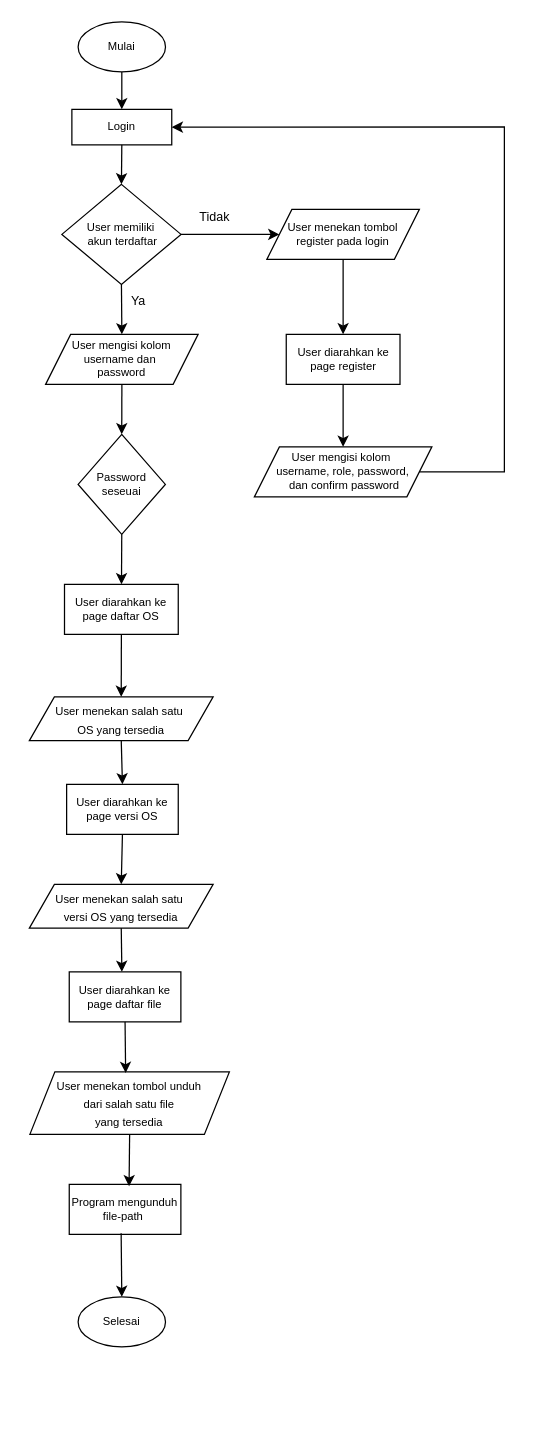
24oceann/Repository-OS keeps this draw.io diagram as Untitled Diagram.drawio. Above is the earlier version. Source tidied: cells renumbered, new cells numbered last; positions are measured from the earlier drawing's top-left corner, leaving out a move shared by most shapes. Both pictures are drawn from the tidied source at 125%, with x=0, y=0 at pixel (29, 21).
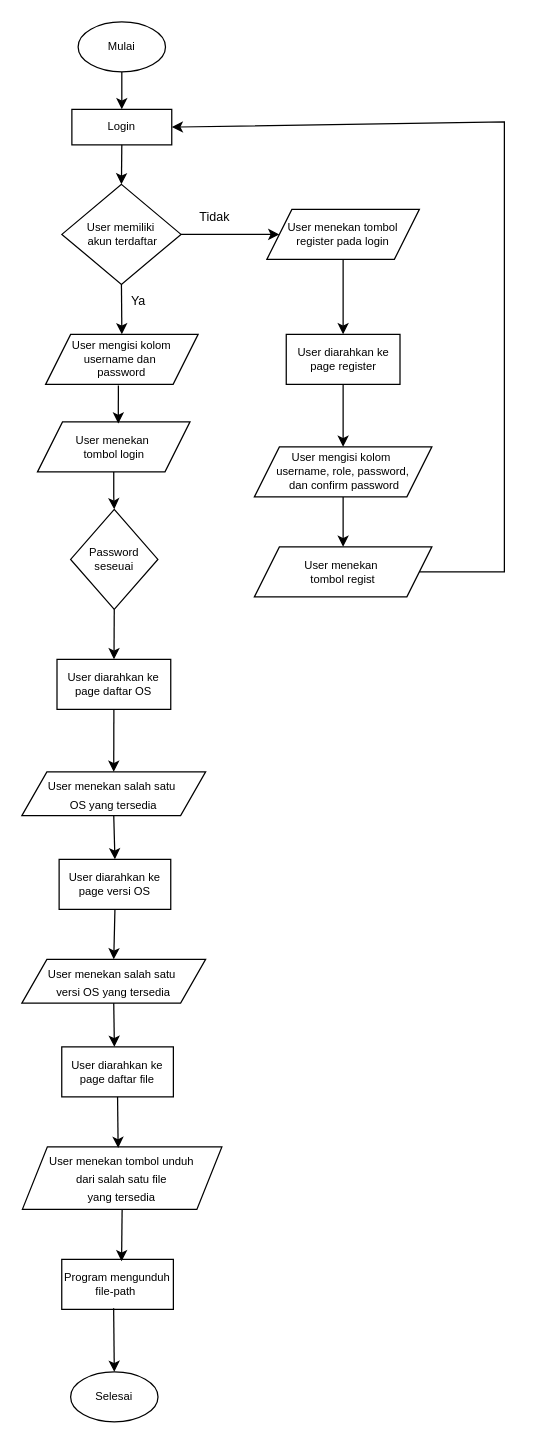
After the change.

Unchanged cells that the change refers to:
```xml
<mxCell id="3" value="Login" style="rounded=0;whiteSpace=wrap;html=1;fontSize=9;" parent="1" vertex="1">
  <mxGeometry x="34" y="70" width="79.9" height="28.4" as="geometry" />
</mxCell>
<mxCell id="5" value="User mengisi kolom username dan&amp;nbsp;&lt;div&gt;password&lt;/div&gt;" style="shape=parallelogram;perimeter=parallelogramPerimeter;whiteSpace=wrap;html=1;fixedSize=1;fontSize=9;" parent="1" vertex="1">
  <mxGeometry x="13" y="250" width="122" height="40" as="geometry" />
</mxCell>
<mxCell id="30" value="User mengisi kolom&amp;nbsp;&lt;div&gt;username, role, password,&lt;/div&gt;&lt;div&gt;&amp;nbsp;dan confirm password&lt;/div&gt;" style="shape=parallelogram;perimeter=parallelogramPerimeter;whiteSpace=wrap;html=1;fixedSize=1;fontSize=9;" parent="1" vertex="1">
  <mxGeometry x="180" y="340" width="142" height="40" as="geometry" />
</mxCell>
```

Diff of the diagram source:
```diff
@@
     <mxCell id="6" value="Password seseuai" style="rhombus;whiteSpace=wrap;html=1;fontSize=9;" parent="1" vertex="1">
-      <mxGeometry x="39" y="330" width="69.8" height="80" as="geometry" />
+      <mxGeometry x="33" y="390" width="69.8" height="80" as="geometry" />
     </mxCell>
     <mxCell id="7" value="User diarahkan ke page daftar OS" style="rounded=0;whiteSpace=wrap;html=1;fontSize=9;" parent="1" vertex="1">
-      <mxGeometry x="28.1" y="450" width="91" height="40" as="geometry" />
+      <mxGeometry x="22.1" y="510" width="91" height="40" as="geometry" />
     </mxCell>
     <mxCell id="8" value="User diarahkan ke page versi OS" style="rounded=0;whiteSpace=wrap;html=1;fontSize=9;" parent="1" vertex="1">
-      <mxGeometry x="29.8" y="610" width="89.3" height="40" as="geometry" />
+      <mxGeometry x="23.8" y="670" width="89.3" height="40" as="geometry" />
     </mxCell>
     <mxCell id="9" value="&lt;span style=&quot;font-size: 9px;&quot;&gt;User menekan salah satu&amp;nbsp;&lt;/span&gt;&lt;div&gt;&lt;span style=&quot;font-size: 9px;&quot;&gt;OS yang tersedia&lt;/span&gt;&lt;/div&gt;" style="shape=parallelogram;perimeter=parallelogramPerimeter;whiteSpace=wrap;html=1;fixedSize=1;" parent="1" vertex="1">
-      <mxGeometry y="540" width="147" height="35" as="geometry" />
+      <mxGeometry x="-6" y="600" width="147" height="35" as="geometry" />
     </mxCell>
     <mxCell id="10" value="&lt;span style=&quot;font-size: 9px;&quot;&gt;User menekan salah satu&amp;nbsp;&lt;/span&gt;&lt;div&gt;&lt;span style=&quot;font-size: 9px;&quot;&gt;versi OS yang tersedia&lt;/span&gt;&lt;/div&gt;" style="shape=parallelogram;perimeter=parallelogramPerimeter;whiteSpace=wrap;html=1;fixedSize=1;" parent="1" vertex="1">
-      <mxGeometry y="690" width="147" height="35" as="geometry" />
+      <mxGeometry x="-6" y="750" width="147" height="35" as="geometry" />
     </mxCell>
     <mxCell id="11" value="User diarahkan ke page daftar file" style="rounded=0;whiteSpace=wrap;html=1;fontSize=9;" parent="1" vertex="1">
-      <mxGeometry x="31.9" y="760" width="89.3" height="40" as="geometry" />
+      <mxGeometry x="25.9" y="820" width="89.3" height="40" as="geometry" />
     </mxCell>
     <mxCell id="12" value="&lt;span style=&quot;font-size: 9px;&quot;&gt;User menekan tombol unduh&lt;/span&gt;&lt;div&gt;&lt;span style=&quot;font-size: 9px;&quot;&gt;&amp;nbsp;dari salah satu file&amp;nbsp;&lt;/span&gt;&lt;/div&gt;&lt;div&gt;&lt;span style=&quot;font-size: 9px;&quot;&gt;yang tersedia&lt;/span&gt;&lt;/div&gt;" style="shape=parallelogram;perimeter=parallelogramPerimeter;whiteSpace=wrap;html=1;fixedSize=1;" parent="1" vertex="1">
-      <mxGeometry x="0.4" y="840" width="159.6" height="50" as="geometry" />
+      <mxGeometry x="-5.6" y="900" width="159.6" height="50" as="geometry" />
     </mxCell>
     <mxCell id="13" value="Program mengunduh file-path&amp;nbsp;" style="rounded=0;whiteSpace=wrap;html=1;fontSize=9;" parent="1" vertex="1">
-      <mxGeometry x="31.9" y="930" width="89.3" height="40" as="geometry" />
+      <mxGeometry x="25.9" y="990" width="89.3" height="40" as="geometry" />
     </mxCell>
     <mxCell id="14" value="Selesai" style="ellipse;whiteSpace=wrap;html=1;fontSize=9;" parent="1" vertex="1">
-      <mxGeometry x="39" y="1020" width="69.9" height="40" as="geometry" />
+      <mxGeometry x="33" y="1080" width="69.9" height="40" as="geometry" />
     </mxCell>
@@
-    <mxCell id="16" style="endArrow=classic;html=1;rounded=0;exitX=0.5;exitY=1;exitDx=0;exitDy=0;entryX=0.5;entryY=0;entryDx=0;entryDy=0;" parent="1" edge="1" source="5" target="6">
-      <mxGeometry relative="1" as="geometry" />
-    </mxCell>
@@
     <mxCell id="23" style="endArrow=classic;html=1;rounded=0;exitX=0.5;exitY=1;exitDx=0;exitDy=0;" parent="1" edge="1" source="10">
       <mxGeometry relative="1" as="geometry">
-        <mxPoint x="74" y="760" as="targetPoint" />
+        <mxPoint x="68" y="820" as="targetPoint" />
       </mxGeometry>
     </mxCell>
@@
+    <mxCell id="36" style="edgeStyle=orthogonalEdgeStyle;rounded=0;jettySize=auto;html=1;" parent="1" edge="1" source="30" target="37">
+      <mxGeometry relative="1" as="geometry" />
+    </mxCell>
@@
-    <mxCell id="33" style="endArrow=classic;html=1;rounded=0;exitX=1;exitY=0.5;exitDx=0;exitDy=0;entryX=1;entryY=0.5;entryDx=0;entryDy=0;" parent="1" edge="1" source="30" target="3">
-      <mxGeometry relative="1" as="geometry">
-        <Array as="points">
-          <mxPoint x="380" y="360" />
-          <mxPoint x="380" y="84" />
-        </Array>
-      </mxGeometry>
-    </mxCell>
@@
+    <mxCell id="37" value="User menekan&amp;nbsp;&lt;div&gt;tombol regist&lt;/div&gt;" style="shape=parallelogram;perimeter=parallelogramPerimeter;whiteSpace=wrap;html=1;fixedSize=1;fontSize=9;" parent="1" vertex="1">
+      <mxGeometry x="180" y="420" width="142" height="40" as="geometry" />
+    </mxCell>
+    <mxCell id="38" style="edgeStyle=orthogonalEdgeStyle;rounded=0;jettySize=auto;html=1;" parent="1" edge="1" source="39" target="6">
+      <mxGeometry relative="1" as="geometry" />
+    </mxCell>
+    <mxCell id="39" value="User menekan&amp;nbsp;&lt;div&gt;tombol login&lt;/div&gt;" style="shape=parallelogram;perimeter=parallelogramPerimeter;whiteSpace=wrap;html=1;fixedSize=1;fontSize=9;" parent="1" vertex="1">
+      <mxGeometry x="6.5" y="320" width="122" height="40" as="geometry" />
+    </mxCell>
+    <mxCell id="40" style="endArrow=classic;html=1;rounded=0;exitX=0.477;exitY=1.021;exitDx=0;exitDy=0;exitPerimeter=0;entryX=0.53;entryY=0.033;entryDx=0;entryDy=0;entryPerimeter=0;" parent="1" edge="1" source="5" target="39">
+      <mxGeometry relative="1" as="geometry" />
+    </mxCell>
+    <mxCell id="41" style="endArrow=classic;html=1;rounded=0;exitX=1;exitY=0.5;exitDx=0;exitDy=0;entryX=1;entryY=0.5;entryDx=0;entryDy=0;" parent="1" edge="1" source="37" target="3">
+      <mxGeometry relative="1" as="geometry">
+        <Array as="points">
+          <mxPoint x="380" y="440" />
+          <mxPoint x="380" y="80" />
+        </Array>
+      </mxGeometry>
+    </mxCell>
```
